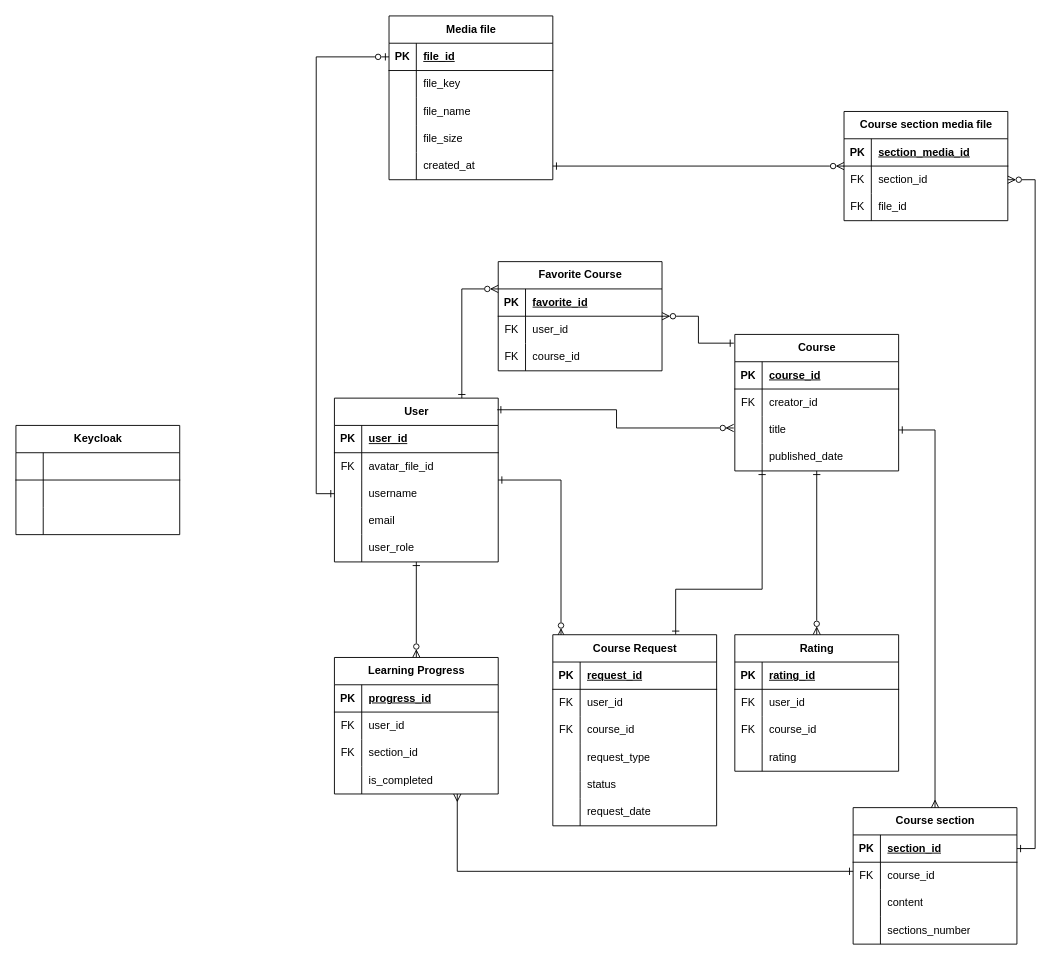
Before: diagrams/ER diagram/ER diagram.drawio in sahland/9.5-Team, a draw.io diagram. Source tidied: cells renumbered, new cells numbered last; positions are measured from the earlier drawing's top-left corner, leaving out a move shared by most shapes. Both pictures are drawn from the tidied source at 91%, with x=0, y=0 at pixel (15, 15).
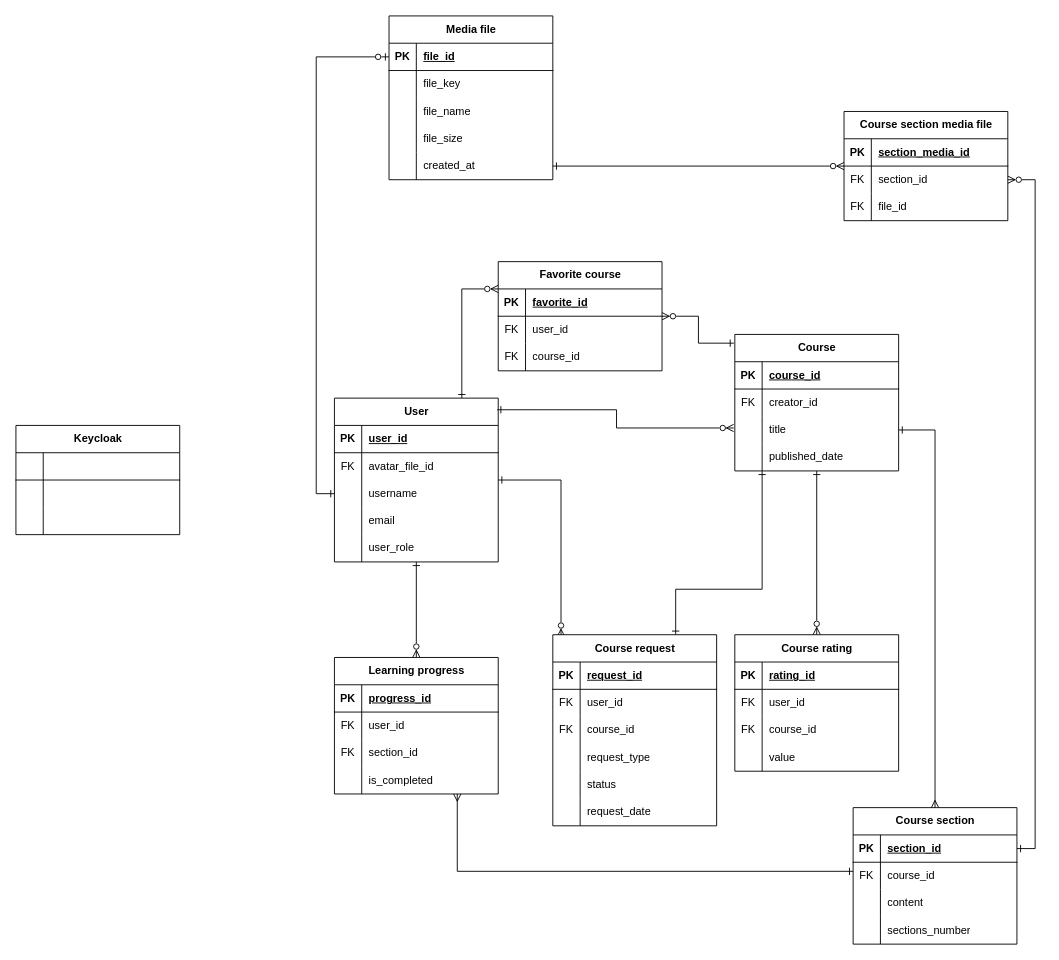
The same diagram, later.

Commit message (it also covers changes not shown here):
fix: er diagram and physical data model)

The change refers to these unchanged cells:
```xml
<mxCell id="59" style="shape=tableRow;horizontal=0;startSize=0;swimlaneHead=0;swimlaneBody=0;fillColor=none;top=0;left=0;right=0;bottom=0;" parent="49" vertex="1">
  <mxGeometry y="120" width="180" height="30" as="geometry" />
</mxCell>
```

The edit, as a diff of the source:
```diff
@@
-    <mxCell id="49" value="Rating" style="shape=table;startSize=30;childLayout=tableLayout;rowLines=0;fontStyle=1;align=center;html=1;" parent="1" vertex="1">
+    <mxCell id="49" value="Course rating" style="shape=table;startSize=30;childLayout=tableLayout;rowLines=0;fontStyle=1;align=center;html=1;" parent="1" vertex="1">
       <mxGeometry x="790" y="680" width="180" height="150" as="geometry" />
     </mxCell>
@@
-    <mxCell id="61" value="rating" style="shape=partialRectangle;fillColor=none;top=0;left=0;bottom=0;right=0;align=left;spacingLeft=6;overflow=hidden;whiteSpace=wrap;html=1;" parent="59" vertex="1">
+    <mxCell id="61" value="value" style="shape=partialRectangle;fillColor=none;top=0;left=0;bottom=0;right=0;align=left;spacingLeft=6;overflow=hidden;whiteSpace=wrap;html=1;" parent="59" vertex="1">
       <mxGeometry x="30" width="150" height="30" as="geometry" />
     </mxCell>
-    <mxCell id="62" value="Favorite Course" style="shape=table;startSize=30;childLayout=tableLayout;rowLines=0;fontStyle=1;align=center;html=1;" parent="1" vertex="1">
+    <mxCell id="62" value="Favorite course" style="shape=table;startSize=30;childLayout=tableLayout;rowLines=0;fontStyle=1;align=center;html=1;" parent="1" vertex="1">
       <mxGeometry x="530" y="270" width="180" height="120" as="geometry" />
     </mxCell>
@@
-    <mxCell id="72" value="Learning Progress" style="shape=table;startSize=30;childLayout=tableLayout;rowLines=0;fontStyle=1;align=center;html=1;" parent="1" vertex="1">
+    <mxCell id="72" value="Learning progress" style="shape=table;startSize=30;childLayout=tableLayout;rowLines=0;fontStyle=1;align=center;html=1;" parent="1" vertex="1">
       <mxGeometry x="350" y="705" width="180" height="150" as="geometry" />
     </mxCell>
@@
-    <mxCell id="86" value="Course Request" style="shape=table;startSize=30;childLayout=tableLayout;rowLines=0;fontStyle=1;align=center;html=1;" parent="1" vertex="1">
+    <mxCell id="86" value="Course request" style="shape=table;startSize=30;childLayout=tableLayout;rowLines=0;fontStyle=1;align=center;html=1;" parent="1" vertex="1">
       <mxGeometry x="590" y="680" width="180" height="210" as="geometry" />
     </mxCell>
```
